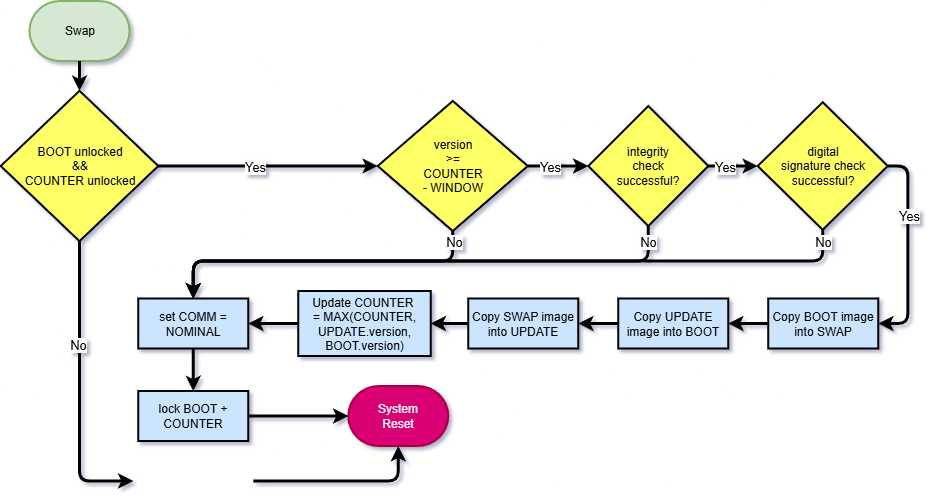
The draw.io diagram Diagrams/ESA Secure Boot Flowchart.Swap.png in matyaskollert/ESA-SAVOIR-Secure-Boot, before a commit. Source tidied: cells renumbered, new cells last; positions are measured from the earlier drawing's top-left corner, leaving out a move shared by most shapes.
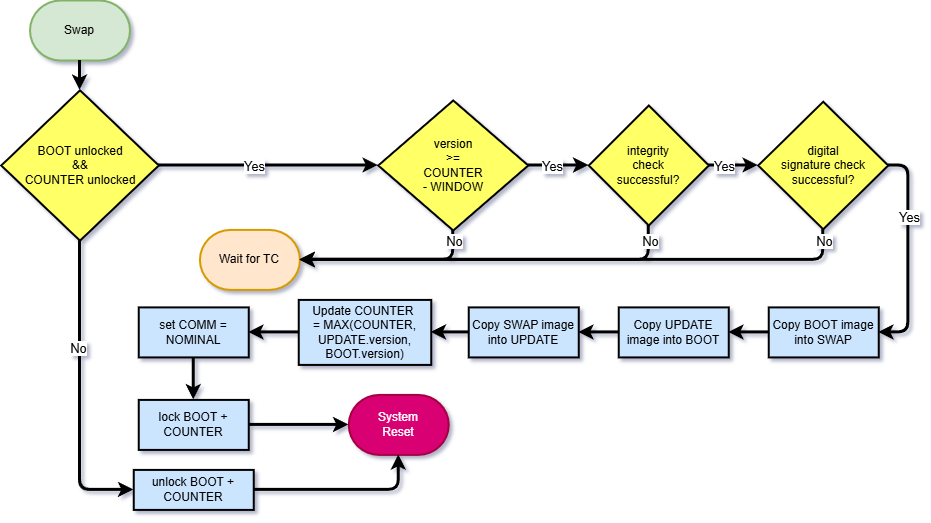
The same diagram one commit later.

The edit, as a diff of the source:
```diff
@@ -3,7 +3,7 @@
     <mxCell id="0" />
     <mxCell id="1" parent="0" />
     <mxCell id="2" value="Swap" style="strokeWidth=2;html=1;shape=mxgraph.flowchart.terminator;whiteSpace=wrap;rounded=0;fillColor=#d5e8d4;strokeColor=#82b366;" parent="1" vertex="1">
-      <mxGeometry x="28.5" width="100" height="60" as="geometry" />
+      <mxGeometry x="28.5" y="-9.4" width="100" height="60" as="geometry" />
     </mxCell>
     <mxCell id="3" style="edgeStyle=orthogonalEdgeStyle;rounded=1;jettySize=auto;html=1;entryX=1;entryY=0.5;entryDx=0;entryDy=0;strokeWidth=3;curved=0;" parent="1" edge="1" source="4" target="11">
       <mxGeometry relative="1" as="geometry" />
@@ -47,97 +47,78 @@
     <mxCell id="16" style="edgeStyle=orthogonalEdgeStyle;rounded=1;jettySize=auto;html=1;exitX=1;exitY=0.5;exitDx=0;exitDy=0;entryX=0;entryY=0.5;entryDx=0;entryDy=0;entryPerimeter=0;strokeWidth=3;curved=0;" parent="1" edge="1" source="9" target="15">
       <mxGeometry relative="1" as="geometry" />
     </mxCell>
-    <mxCell id="17" style="edgeStyle=orthogonalEdgeStyle;rounded=1;jettySize=auto;html=1;exitX=0.5;exitY=1;exitDx=0;exitDy=0;exitPerimeter=0;entryX=0;entryY=0.5;entryDx=0;entryDy=0;strokeWidth=3;curved=0;" parent="1" edge="1" source="19">
-      <mxGeometry relative="1" as="geometry">
-        <mxPoint x="132" y="480" as="targetPoint" />
-      </mxGeometry>
+    <mxCell id="17" style="edgeStyle=orthogonalEdgeStyle;rounded=1;jettySize=auto;html=1;exitX=0.5;exitY=1;exitDx=0;exitDy=0;exitPerimeter=0;entryX=0;entryY=0.5;entryDx=0;entryDy=0;strokeWidth=3;curved=0;" parent="1" edge="1" source="19" target="20">
+      <mxGeometry relative="1" as="geometry" />
     </mxCell>
     <mxCell id="18" value="&lt;font style=&quot;font-size: 13px;&quot;&gt;No&lt;/font&gt;" style="edgeLabel;html=1;align=center;verticalAlign=middle;" parent="17" vertex="1">
       <mxGeometry x="-0.3" y="-2" relative="1" as="geometry" />
     </mxCell>
     <mxCell id="19" value="BOOT unlocked&lt;div&gt;&amp;amp;&amp;amp;&lt;/div&gt;&lt;div&gt;COUNTER unlocked&lt;/div&gt;" style="strokeWidth=2;html=1;shape=mxgraph.flowchart.decision;whiteSpace=wrap;rounded=0;fillColor=#FFFF66;" parent="1" vertex="1">
-      <mxGeometry x="-0.2" y="89.8" width="157.5" height="150.4" as="geometry" />
+      <mxGeometry x="-0.2" y="80.4" width="157.5" height="150.4" as="geometry" />
     </mxCell>
-    <mxCell id="20" style="edgeStyle=orthogonalEdgeStyle;rounded=1;jettySize=auto;html=1;exitX=1;exitY=0.5;exitDx=0;exitDy=0;entryX=0.5;entryY=1;entryDx=0;entryDy=0;entryPerimeter=0;strokeWidth=3;curved=0;" parent="1" edge="1" target="15">
-      <mxGeometry relative="1" as="geometry">
-        <mxPoint x="252" y="480" as="sourcePoint" />
-      </mxGeometry>
+    <mxCell id="20" value="unlock BOOT + COUNTER" style="rounded=0;whiteSpace=wrap;html=1;absoluteArcSize=1;arcSize=14;strokeWidth=2;fillColor=#CCE5FF;" parent="1" vertex="1">
+      <mxGeometry x="132.2" y="460" width="120" height="40" as="geometry" />
     </mxCell>
-    <mxCell id="21" value="&lt;div&gt;&lt;span style=&quot;background-color: transparent; color: light-dark(rgb(0, 0, 0), rgb(255, 255, 255));&quot;&gt;version&lt;/span&gt;&lt;/div&gt;&lt;div&gt;&lt;div&gt;&amp;gt;=&lt;/div&gt;&lt;div&gt;COUNTER&lt;/div&gt;&lt;div&gt;- WINDOW&lt;/div&gt;&lt;/div&gt;" style="strokeWidth=2;html=1;shape=mxgraph.flowchart.decision;whiteSpace=wrap;rounded=0;fillColor=#FFFF66;" parent="1" vertex="1">
-      <mxGeometry x="376.8" y="100" width="150" height="130" as="geometry" />
+    <mxCell id="21" style="edgeStyle=orthogonalEdgeStyle;rounded=1;jettySize=auto;html=1;exitX=1;exitY=0.5;exitDx=0;exitDy=0;entryX=0.5;entryY=1;entryDx=0;entryDy=0;entryPerimeter=0;strokeWidth=3;curved=0;" parent="1" edge="1" source="20" target="15">
+      <mxGeometry relative="1" as="geometry" />
     </mxCell>
-    <mxCell id="22" style="edgeStyle=orthogonalEdgeStyle;jettySize=auto;html=1;exitX=1;exitY=0.5;exitDx=0;exitDy=0;exitPerimeter=0;entryX=0;entryY=0.5;entryDx=0;entryDy=0;strokeWidth=3;entryPerimeter=0;" parent="1" edge="1" source="24" target="29">
-      <mxGeometry relative="1" as="geometry" />
+    <mxCell id="22" value="&lt;div&gt;&lt;span style=&quot;background-color: transparent; color: light-dark(rgb(0, 0, 0), rgb(255, 255, 255));&quot;&gt;version&lt;/span&gt;&lt;/div&gt;&lt;div&gt;&lt;div&gt;&amp;gt;=&lt;/div&gt;&lt;div&gt;COUNTER&lt;/div&gt;&lt;div&gt;- WINDOW&lt;/div&gt;&lt;/div&gt;" style="strokeWidth=2;html=1;shape=mxgraph.flowchart.decision;whiteSpace=wrap;rounded=0;fillColor=#FFFF66;" parent="1" vertex="1">
+      <mxGeometry x="376.8" y="90.6" width="150" height="130" as="geometry" />
     </mxCell>
-    <mxCell id="23" value="&lt;font style=&quot;color: light-dark(rgb(0, 0, 0), rgb(102, 255, 102)); font-size: 13px;&quot;&gt;Yes&lt;/font&gt;" style="edgeLabel;html=1;align=center;verticalAlign=middle;" parent="22" vertex="1">
-      <mxGeometry x="-0.37" y="-1" relative="1" as="geometry">
-        <mxPoint y="-1" as="offset" />
-      </mxGeometry>
+    <mxCell id="23" style="edgeStyle=orthogonalEdgeStyle;jettySize=auto;html=1;exitX=1;exitY=0.5;exitDx=0;exitDy=0;exitPerimeter=0;entryX=0;entryY=0.5;entryDx=0;entryDy=0;strokeWidth=3;entryPerimeter=0;" parent="1" edge="1" source="25" target="30">
+      <mxGeometry relative="1" as="geometry" />
     </mxCell>
-    <mxCell id="24" value="&lt;div&gt;&lt;div&gt;&lt;span style=&quot;background-color: transparent; color: light-dark(rgb(0, 0, 0), rgb(255, 255, 255));&quot;&gt;integrity&lt;/span&gt;&lt;/div&gt;&lt;div&gt;check&lt;div&gt;successful?&lt;/div&gt;&lt;/div&gt;&lt;/div&gt;" style="strokeWidth=2;html=1;shape=mxgraph.flowchart.decision;whiteSpace=wrap;rounded=0;fillColor=#FFFF66;" parent="1" vertex="1">
-      <mxGeometry x="587.2" y="105" width="120" height="120" as="geometry" />
+    <mxCell id="24" value="&lt;font style=&quot;color: light-dark(rgb(0, 0, 0), rgb(102, 255, 102)); font-size: 13px;&quot;&gt;Yes&lt;/font&gt;" style="edgeLabel;html=1;align=center;verticalAlign=middle;points=[];" parent="23" vertex="1">
+      <mxGeometry x="-0.37" y="-1" relative="1" as="geometry">
+        <mxPoint y="-1" as="offset" />
+      </mxGeometry>
     </mxCell>
-    <mxCell id="25" style="edgeStyle=orthogonalEdgeStyle;jettySize=auto;html=1;exitX=1;exitY=0.5;exitDx=0;exitDy=0;exitPerimeter=0;entryX=0;entryY=0.5;entryDx=0;entryDy=0;entryPerimeter=0;strokeWidth=3;" parent="1" edge="1" source="21" target="24">
-      <mxGeometry relative="1" as="geometry" />
+    <mxCell id="25" value="&lt;div&gt;&lt;div&gt;&lt;span style=&quot;background-color: transparent; color: light-dark(rgb(0, 0, 0), rgb(255, 255, 255));&quot;&gt;integrity&lt;/span&gt;&lt;/div&gt;&lt;div&gt;check&lt;div&gt;successful?&lt;/div&gt;&lt;/div&gt;&lt;/div&gt;" style="strokeWidth=2;html=1;shape=mxgraph.flowchart.decision;whiteSpace=wrap;rounded=0;fillColor=#FFFF66;" parent="1" vertex="1">
+      <mxGeometry x="587.2" y="95.6" width="120" height="120" as="geometry" />
     </mxCell>
-    <mxCell id="26" value="&lt;font style=&quot;font-size: 13px; color: light-dark(rgb(0, 0, 0), rgb(102, 255, 102));&quot;&gt;Yes&lt;/font&gt;" style="edgeLabel;html=1;align=center;verticalAlign=middle;" parent="25" vertex="1">
-      <mxGeometry x="-0.2" relative="1" as="geometry">
-        <mxPoint x="-2" as="offset" />
-      </mxGeometry>
+    <mxCell id="26" style="edgeStyle=orthogonalEdgeStyle;jettySize=auto;html=1;exitX=1;exitY=0.5;exitDx=0;exitDy=0;exitPerimeter=0;entryX=0;entryY=0.5;entryDx=0;entryDy=0;entryPerimeter=0;strokeWidth=3;" parent="1" edge="1" source="22" target="25">
+      <mxGeometry relative="1" as="geometry" />
     </mxCell>
-    <mxCell id="27" style="edgeStyle=orthogonalEdgeStyle;rounded=1;jettySize=auto;html=1;exitX=1;exitY=0.5;exitDx=0;exitDy=0;exitPerimeter=0;entryX=1;entryY=0.5;entryDx=0;entryDy=0;strokeWidth=3;curved=0;" parent="1" edge="1" source="29" target="4">
-      <mxGeometry relative="1" as="geometry" />
+    <mxCell id="27" value="&lt;font style=&quot;font-size: 13px; color: light-dark(rgb(0, 0, 0), rgb(102, 255, 102));&quot;&gt;Yes&lt;/font&gt;" style="edgeLabel;html=1;align=center;verticalAlign=middle;" parent="26" vertex="1">
+      <mxGeometry x="-0.2" relative="1" as="geometry">
+        <mxPoint x="-2" as="offset" />
+      </mxGeometry>
     </mxCell>
-    <mxCell id="28" value="&lt;font style=&quot;font-size: 13px;&quot;&gt;Yes&lt;/font&gt;" style="edgeLabel;html=1;align=center;verticalAlign=middle;" parent="27" vertex="1">
-      <mxGeometry x="-0.34" relative="1" as="geometry" />
+    <mxCell id="28" style="edgeStyle=orthogonalEdgeStyle;rounded=1;jettySize=auto;html=1;exitX=1;exitY=0.5;exitDx=0;exitDy=0;exitPerimeter=0;entryX=1;entryY=0.5;entryDx=0;entryDy=0;strokeWidth=3;curved=0;" parent="1" edge="1" source="30" target="4">
+      <mxGeometry relative="1" as="geometry" />
     </mxCell>
-    <mxCell id="29" value="&lt;div&gt;&lt;span style=&quot;background-color: transparent; color: light-dark(rgb(0, 0, 0), rgb(255, 255, 255));&quot;&gt;digital&lt;/span&gt;&lt;/div&gt;&lt;div&gt;signature check&lt;div&gt;successful?&lt;/div&gt;&lt;/div&gt;" style="strokeWidth=2;html=1;shape=mxgraph.flowchart.decision;whiteSpace=wrap;rounded=0;fillColor=#FFFF66;" parent="1" vertex="1">
-      <mxGeometry x="756.8" y="101.2" width="130" height="127.5" as="geometry" />
+    <mxCell id="29" value="&lt;font style=&quot;font-size: 13px;&quot;&gt;Yes&lt;/font&gt;" style="edgeLabel;html=1;align=center;verticalAlign=middle;points=[];" parent="28" vertex="1">
+      <mxGeometry x="-0.34" relative="1" as="geometry" />
     </mxCell>
-    <mxCell id="30" style="edgeStyle=orthogonalEdgeStyle;rounded=1;jettySize=auto;html=1;exitX=0.5;exitY=1;exitDx=0;exitDy=0;exitPerimeter=0;entryX=0.5;entryY=0;entryDx=0;entryDy=0;curved=0;strokeWidth=3;" parent="1" edge="1" source="29" target="8">
-      <mxGeometry relative="1" as="geometry">
-        <Array as="points">
-          <mxPoint x="821.2" y="260" />
-          <mxPoint x="192.2" y="260" />
-        </Array>
-      </mxGeometry>
+    <mxCell id="30" value="&lt;div&gt;&lt;span style=&quot;background-color: transparent; color: light-dark(rgb(0, 0, 0), rgb(255, 255, 255));&quot;&gt;digital&lt;/span&gt;&lt;/div&gt;&lt;div&gt;signature check&lt;div&gt;successful?&lt;/div&gt;&lt;/div&gt;" style="strokeWidth=2;html=1;shape=mxgraph.flowchart.decision;whiteSpace=wrap;rounded=0;fillColor=#FFFF66;" parent="1" vertex="1">
+      <mxGeometry x="756.8" y="91.9" width="130" height="127.5" as="geometry" />
     </mxCell>
-    <mxCell id="31" value="&lt;font style=&quot;font-size: 13px;&quot;&gt;No&lt;/font&gt;" style="edgeLabel;html=1;align=center;verticalAlign=middle;" parent="30" vertex="1">
-      <mxGeometry x="-0.93" y="-1" relative="1" as="geometry">
-        <mxPoint x="1" y="-12" as="offset" />
-      </mxGeometry>
+    <mxCell id="31" style="edgeStyle=orthogonalEdgeStyle;rounded=1;jettySize=auto;html=1;exitX=1;exitY=0.5;exitDx=0;exitDy=0;exitPerimeter=0;entryX=0;entryY=0.5;entryDx=0;entryDy=0;entryPerimeter=0;strokeWidth=3;curved=0;" parent="1" edge="1" source="19" target="22">
+      <mxGeometry relative="1" as="geometry" />
     </mxCell>
-    <mxCell id="32" style="edgeStyle=orthogonalEdgeStyle;rounded=1;jettySize=auto;html=1;exitX=0.5;exitY=1;exitDx=0;exitDy=0;exitPerimeter=0;entryX=0.5;entryY=0;entryDx=0;entryDy=0;curved=0;strokeWidth=3;" parent="1" edge="1" source="24" target="8">
-      <mxGeometry relative="1" as="geometry">
-        <Array as="points">
-          <mxPoint x="647.2" y="260" />
-          <mxPoint x="192.2" y="260" />
-        </Array>
-      </mxGeometry>
+    <mxCell id="32" value="&lt;font style=&quot;font-size: 13px;&quot;&gt;Yes&lt;/font&gt;" style="edgeLabel;html=1;align=center;verticalAlign=middle;" parent="31" vertex="1">
+      <mxGeometry x="-0.13" relative="1" as="geometry" />
     </mxCell>
-    <mxCell id="33" value="&lt;font style=&quot;font-size: 13px;&quot;&gt;No&lt;/font&gt;" style="edgeLabel;html=1;align=center;verticalAlign=middle;points=[];" parent="32" vertex="1">
-      <mxGeometry x="-0.91" relative="1" as="geometry">
-        <mxPoint x="-1" y="-10" as="offset" />
-      </mxGeometry>
+    <mxCell id="33" value="Wait for TC" style="strokeWidth=2;html=1;shape=mxgraph.flowchart.terminator;whiteSpace=wrap;rounded=0;fillColor=#ffe6cc;strokeColor=#d79b00;" parent="1" vertex="1">
+      <mxGeometry x="198.4" y="220" width="100" height="60" as="geometry" />
     </mxCell>
-    <mxCell id="34" style="edgeStyle=orthogonalEdgeStyle;rounded=1;jettySize=auto;html=1;exitX=0.5;exitY=1;exitDx=0;exitDy=0;exitPerimeter=0;entryX=0.5;entryY=0;entryDx=0;entryDy=0;strokeWidth=3;curved=0;" parent="1" edge="1" source="21" target="8">
-      <mxGeometry relative="1" as="geometry">
-        <Array as="points">
-          <mxPoint x="451.2" y="260" />
-          <mxPoint x="192.2" y="260" />
-        </Array>
-      </mxGeometry>
+    <mxCell id="34" style="edgeStyle=orthogonalEdgeStyle;rounded=1;jettySize=auto;html=1;exitX=0.5;exitY=1;exitDx=0;exitDy=0;exitPerimeter=0;entryX=1;entryY=0.5;entryDx=0;entryDy=0;entryPerimeter=0;strokeWidth=3;curved=0;" parent="1" edge="1" source="30" target="33">
+      <mxGeometry relative="1" as="geometry" />
     </mxCell>
     <mxCell id="35" value="&lt;font style=&quot;font-size: 13px;&quot;&gt;No&lt;/font&gt;" style="edgeLabel;html=1;align=center;verticalAlign=middle;" parent="34" vertex="1">
-      <mxGeometry x="-0.82" y="-1" relative="1" as="geometry">
-        <mxPoint x="2" y="-19" as="offset" />
-      </mxGeometry>
+      <mxGeometry x="-0.96" relative="1" as="geometry" />
     </mxCell>
-    <mxCell id="36" style="edgeStyle=orthogonalEdgeStyle;rounded=1;jettySize=auto;html=1;exitX=1;exitY=0.5;exitDx=0;exitDy=0;exitPerimeter=0;entryX=0;entryY=0.5;entryDx=0;entryDy=0;entryPerimeter=0;strokeWidth=3;curved=0;" parent="1" edge="1" source="19" target="21">
+    <mxCell id="36" style="edgeStyle=orthogonalEdgeStyle;rounded=1;jettySize=auto;html=1;exitX=0.5;exitY=1;exitDx=0;exitDy=0;exitPerimeter=0;entryX=1;entryY=0.5;entryDx=0;entryDy=0;entryPerimeter=0;strokeWidth=3;curved=0;" parent="1" edge="1" source="25" target="33">
       <mxGeometry relative="1" as="geometry" />
     </mxCell>
-    <mxCell id="37" value="&lt;font style=&quot;font-size: 13px;&quot;&gt;Yes&lt;/font&gt;" style="edgeLabel;html=1;align=center;verticalAlign=middle;" parent="36" vertex="1">
-      <mxGeometry x="-0.13" relative="1" as="geometry" />
+    <mxCell id="37" value="&lt;font style=&quot;font-size: 13px;&quot;&gt;No&lt;/font&gt;" style="edgeLabel;html=1;align=center;verticalAlign=middle;" parent="36" vertex="1">
+      <mxGeometry x="-0.92" y="1" relative="1" as="geometry" />
     </mxCell>
+    <mxCell id="38" style="edgeStyle=orthogonalEdgeStyle;rounded=1;jettySize=auto;html=1;exitX=0.5;exitY=1;exitDx=0;exitDy=0;exitPerimeter=0;entryX=1;entryY=0.5;entryDx=0;entryDy=0;entryPerimeter=0;strokeWidth=3;curved=0;" parent="1" edge="1" source="22" target="33">
+      <mxGeometry relative="1" as="geometry" />
+    </mxCell>
+    <mxCell id="39" value="&lt;font style=&quot;font-size: 13px;&quot;&gt;No&lt;/font&gt;" style="edgeLabel;html=1;align=center;verticalAlign=middle;" parent="38" vertex="1">
+      <mxGeometry x="-0.89" relative="1" as="geometry" />
+    </mxCell>
   </root>
 </mxGraphModel>
```
